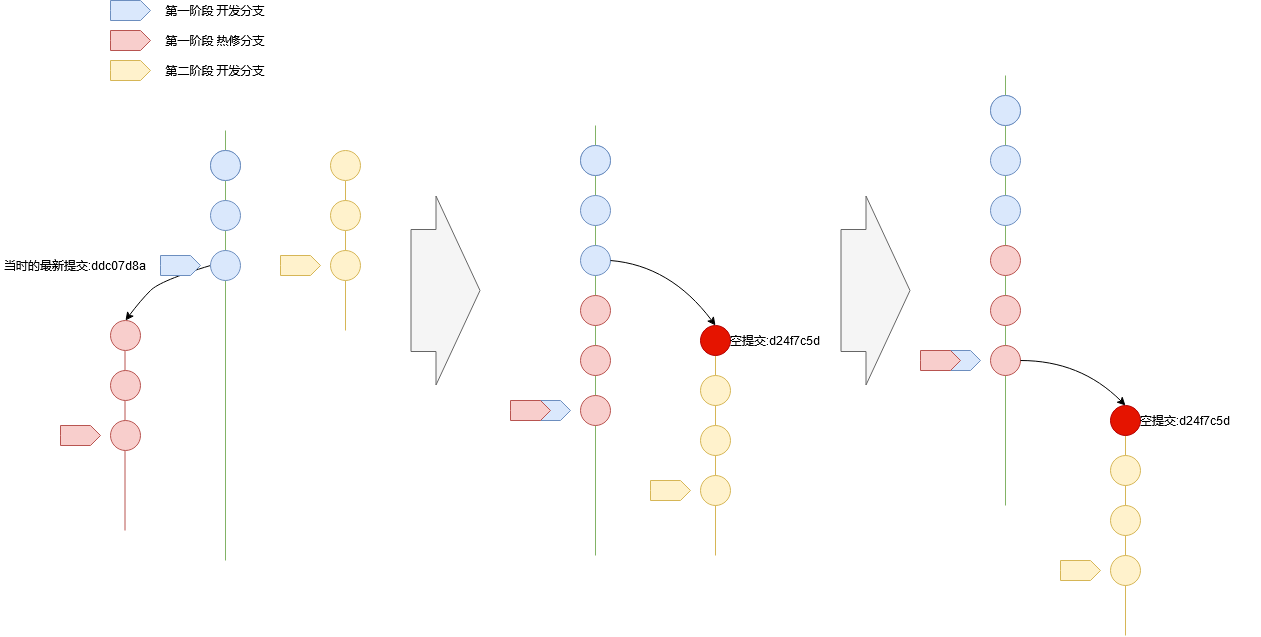
Before: gitBranchModel/nullCommit.png, a diagram exported from draw.io (alreadytakenn/images). Source tidied: cells renumbered, new cells last; positions are measured from the earlier drawing's top-left corner, leaving out a move shared by most shapes.
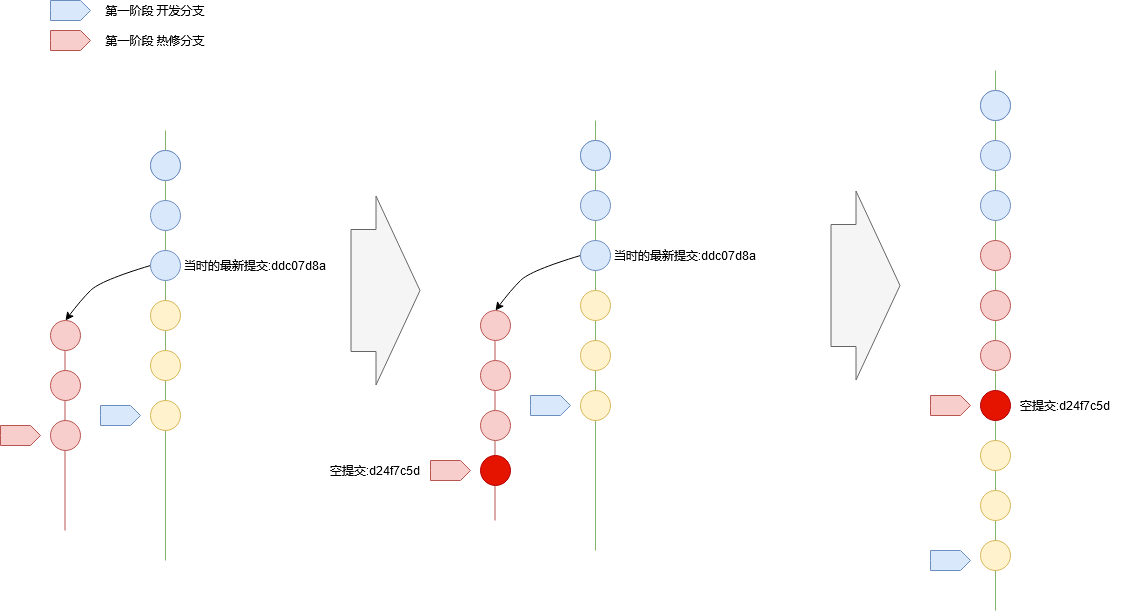
The same diagram one commit later.

Change to the diagram source:
```diff
@@ -16,139 +16,6 @@
         </Array>
       </mxGeometry>
     </mxCell>
-    <mxCell id="4" style="endArrow=none;html=1;fillColor=#fff2cc;strokeColor=#d6b656;" parent="1" edge="1">
-      <mxGeometry relative="1" as="geometry">
-        <mxPoint x="715" y="555" as="sourcePoint" />
-        <mxPoint x="715" y="335" as="targetPoint" />
-      </mxGeometry>
-    </mxCell>
-    <mxCell id="5" style="endArrow=none;html=1;fillColor=#d5e8d4;strokeColor=#82b366;" parent="1" edge="1">
-      <mxGeometry relative="1" as="geometry">
-        <mxPoint x="595" y="555" as="sourcePoint" />
-        <mxPoint x="595" y="125" as="targetPoint" />
-      </mxGeometry>
-    </mxCell>
-    <mxCell id="6" style="ellipse;whiteSpace=wrap;html=1;fillColor=#dae8fc;strokeColor=#6c8ebf;" parent="1" vertex="1">
-      <mxGeometry x="580" y="145" width="30" height="30" as="geometry" />
-    </mxCell>
-    <mxCell id="7" style="ellipse;whiteSpace=wrap;html=1;fillColor=#dae8fc;strokeColor=#6c8ebf;" parent="1" vertex="1">
-      <mxGeometry x="580" y="145" width="30" height="30" as="geometry" />
-    </mxCell>
-    <mxCell id="8" style="ellipse;whiteSpace=wrap;html=1;fillColor=#dae8fc;strokeColor=#6c8ebf;" parent="1" vertex="1">
-      <mxGeometry x="580" y="195" width="30" height="30" as="geometry" />
-    </mxCell>
-    <mxCell id="9" style="ellipse;whiteSpace=wrap;html=1;fillColor=#e51400;strokeColor=#B20000;fontColor=#ffffff;" parent="1" vertex="1">
-      <mxGeometry x="700" y="325" width="30" height="30" as="geometry" />
-    </mxCell>
-    <mxCell id="10" style="ellipse;whiteSpace=wrap;html=1;fillColor=#dae8fc;strokeColor=#6c8ebf;" parent="1" vertex="1">
-      <mxGeometry x="580" y="245" width="30" height="30" as="geometry" />
-    </mxCell>
-    <mxCell id="11" style="ellipse;whiteSpace=wrap;html=1;fillColor=#f8cecc;strokeColor=#b85450;" parent="1" vertex="1">
-      <mxGeometry x="580" y="295" width="30" height="30" as="geometry" />
-    </mxCell>
-    <mxCell id="12" style="ellipse;whiteSpace=wrap;html=1;fillColor=#f8cecc;strokeColor=#b85450;" parent="1" vertex="1">
-      <mxGeometry x="580" y="345" width="30" height="30" as="geometry" />
-    </mxCell>
-    <mxCell id="13" style="ellipse;whiteSpace=wrap;html=1;fillColor=#f8cecc;strokeColor=#b85450;" parent="1" vertex="1">
-      <mxGeometry x="580" y="395" width="30" height="30" as="geometry" />
-    </mxCell>
-    <mxCell id="14" style="ellipse;whiteSpace=wrap;html=1;fillColor=#fff2cc;strokeColor=#d6b656;" parent="1" vertex="1">
-      <mxGeometry x="700" y="375" width="30" height="30" as="geometry" />
-    </mxCell>
-    <mxCell id="15" style="ellipse;whiteSpace=wrap;html=1;fillColor=#fff2cc;strokeColor=#d6b656;" parent="1" vertex="1">
-      <mxGeometry x="700" y="425" width="30" height="30" as="geometry" />
-    </mxCell>
-    <mxCell id="16" style="ellipse;whiteSpace=wrap;html=1;fillColor=#fff2cc;strokeColor=#d6b656;" parent="1" vertex="1">
-      <mxGeometry x="700" y="475" width="30" height="30" as="geometry" />
-    </mxCell>
-    <mxCell id="17" style="curved=1;endArrow=classic;html=1;exitX=1;exitY=0.5;exitDx=0;exitDy=0;entryX=0.5;entryY=0;entryDx=0;entryDy=0;" parent="1" edge="1" source="10" target="9">
-      <mxGeometry relative="1" as="geometry">
-        <Array as="points">
-          <mxPoint x="670" y="265" />
-        </Array>
-      </mxGeometry>
-    </mxCell>
-    <mxCell id="18" style="html=1;shadow=0;dashed=0;align=center;verticalAlign=middle;shape=mxgraph.arrows2.arrow;dy=0;dx=10;notch=0;fillColor=#dae8fc;strokeColor=#6c8ebf;" parent="1" vertex="1">
-      <mxGeometry x="530" y="400" width="40" height="20" as="geometry" />
-    </mxCell>
-    <mxCell id="19" style="html=1;shadow=0;dashed=0;align=center;verticalAlign=middle;shape=mxgraph.arrows2.arrow;dy=0;dx=10;notch=0;fillColor=#f8cecc;strokeColor=#b85450;" parent="1" vertex="1">
-      <mxGeometry x="510" y="400" width="40" height="20" as="geometry" />
-    </mxCell>
-    <mxCell id="20" style="html=1;shadow=0;dashed=0;align=center;verticalAlign=middle;shape=mxgraph.arrows2.arrow;dy=0;dx=10;notch=0;fillColor=#fff2cc;strokeColor=#d6b656;" parent="1" vertex="1">
-      <mxGeometry x="650" y="480" width="40" height="20" as="geometry" />
-    </mxCell>
-    <mxCell id="21" value="空提交:d24f7c5d" style="text;html=1;strokeColor=none;fillColor=none;align=center;verticalAlign=middle;whiteSpace=wrap;rounded=0;" parent="1" vertex="1">
-      <mxGeometry x="700" y="330" width="150" height="20" as="geometry" />
-    </mxCell>
-    <mxCell id="22" style="endArrow=none;html=1;fillColor=#fff2cc;strokeColor=#d6b656;" parent="1" edge="1">
-      <mxGeometry relative="1" as="geometry">
-        <mxPoint x="1125" y="635" as="sourcePoint" />
-        <mxPoint x="1125" y="415" as="targetPoint" />
-      </mxGeometry>
-    </mxCell>
-    <mxCell id="23" style="endArrow=none;html=1;fillColor=#d5e8d4;strokeColor=#82b366;" parent="1" edge="1">
-      <mxGeometry relative="1" as="geometry">
-        <mxPoint x="1005" y="505" as="sourcePoint" />
-        <mxPoint x="1005" y="75" as="targetPoint" />
-      </mxGeometry>
-    </mxCell>
-    <mxCell id="24" style="ellipse;whiteSpace=wrap;html=1;fillColor=#dae8fc;strokeColor=#6c8ebf;" parent="1" vertex="1">
-      <mxGeometry x="990" y="95" width="30" height="30" as="geometry" />
-    </mxCell>
-    <mxCell id="25" style="ellipse;whiteSpace=wrap;html=1;fillColor=#dae8fc;strokeColor=#6c8ebf;" parent="1" vertex="1">
-      <mxGeometry x="990" y="95" width="30" height="30" as="geometry" />
-    </mxCell>
-    <mxCell id="26" style="ellipse;whiteSpace=wrap;html=1;fillColor=#dae8fc;strokeColor=#6c8ebf;" parent="1" vertex="1">
-      <mxGeometry x="990" y="145" width="30" height="30" as="geometry" />
-    </mxCell>
-    <mxCell id="27" style="ellipse;whiteSpace=wrap;html=1;fillColor=#e51400;strokeColor=#B20000;fontColor=#ffffff;" parent="1" vertex="1">
-      <mxGeometry x="1110" y="405" width="30" height="30" as="geometry" />
-    </mxCell>
-    <mxCell id="28" style="ellipse;whiteSpace=wrap;html=1;fillColor=#dae8fc;strokeColor=#6c8ebf;" parent="1" vertex="1">
-      <mxGeometry x="990" y="195" width="30" height="30" as="geometry" />
-    </mxCell>
-    <mxCell id="29" style="ellipse;whiteSpace=wrap;html=1;fillColor=#f8cecc;strokeColor=#b85450;" parent="1" vertex="1">
-      <mxGeometry x="990" y="245" width="30" height="30" as="geometry" />
-    </mxCell>
-    <mxCell id="30" style="ellipse;whiteSpace=wrap;html=1;fillColor=#f8cecc;strokeColor=#b85450;" parent="1" vertex="1">
-      <mxGeometry x="990" y="295" width="30" height="30" as="geometry" />
-    </mxCell>
-    <mxCell id="31" style="ellipse;whiteSpace=wrap;html=1;fillColor=#f8cecc;strokeColor=#b85450;" parent="1" vertex="1">
-      <mxGeometry x="990" y="345" width="30" height="30" as="geometry" />
-    </mxCell>
-    <mxCell id="32" style="ellipse;whiteSpace=wrap;html=1;fillColor=#fff2cc;strokeColor=#d6b656;" parent="1" vertex="1">
-      <mxGeometry x="1110" y="455" width="30" height="30" as="geometry" />
-    </mxCell>
-    <mxCell id="33" style="ellipse;whiteSpace=wrap;html=1;fillColor=#fff2cc;strokeColor=#d6b656;" parent="1" vertex="1">
-      <mxGeometry x="1110" y="505" width="30" height="30" as="geometry" />
-    </mxCell>
-    <mxCell id="34" style="ellipse;whiteSpace=wrap;html=1;fillColor=#fff2cc;strokeColor=#d6b656;" parent="1" vertex="1">
-      <mxGeometry x="1110" y="555" width="30" height="30" as="geometry" />
-    </mxCell>
-    <mxCell id="35" style="curved=1;endArrow=classic;html=1;exitX=1;exitY=0.5;exitDx=0;exitDy=0;entryX=0.5;entryY=0;entryDx=0;entryDy=0;" parent="1" edge="1" source="31" target="27">
-      <mxGeometry relative="1" as="geometry">
-        <Array as="points">
-          <mxPoint x="1080" y="360" />
-        </Array>
-      </mxGeometry>
-    </mxCell>
-    <mxCell id="36" style="html=1;shadow=0;dashed=0;align=center;verticalAlign=middle;shape=mxgraph.arrows2.arrow;dy=0;dx=10;notch=0;fillColor=#dae8fc;strokeColor=#6c8ebf;" parent="1" vertex="1">
-      <mxGeometry x="940" y="350" width="40" height="20" as="geometry" />
-    </mxCell>
-    <mxCell id="37" style="html=1;shadow=0;dashed=0;align=center;verticalAlign=middle;shape=mxgraph.arrows2.arrow;dy=0;dx=10;notch=0;fillColor=#f8cecc;strokeColor=#b85450;" parent="1" vertex="1">
-      <mxGeometry x="920" y="350" width="40" height="20" as="geometry" />
-    </mxCell>
-    <mxCell id="38" style="html=1;shadow=0;dashed=0;align=center;verticalAlign=middle;shape=mxgraph.arrows2.arrow;dy=0;dx=10;notch=0;fillColor=#fff2cc;strokeColor=#d6b656;" parent="1" vertex="1">
-      <mxGeometry x="1060" y="560" width="40" height="20" as="geometry" />
-    </mxCell>
-    <mxCell id="39" value="空提交:d24f7c5d" style="text;html=1;strokeColor=none;fillColor=none;align=center;verticalAlign=middle;whiteSpace=wrap;rounded=0;" parent="1" vertex="1">
-      <mxGeometry x="1110" y="410" width="150" height="20" as="geometry" />
-    </mxCell>
-    <mxCell id="40" style="endArrow=none;html=1;fillColor=#fff2cc;strokeColor=#d6b656;" parent="1" edge="1" target="49">
-      <mxGeometry relative="1" as="geometry">
-        <mxPoint x="345" y="330" as="sourcePoint" />
-      </mxGeometry>
-    </mxCell>
     <mxCell id="41" style="endArrow=none;html=1;fillColor=#d5e8d4;strokeColor=#82b366;" parent="1" edge="1">
       <mxGeometry relative="1" as="geometry">
         <mxPoint x="225" y="560" as="sourcePoint" />
@@ -177,32 +44,26 @@
       <mxGeometry x="110" y="420" width="30" height="30" as="geometry" />
     </mxCell>
     <mxCell id="49" style="ellipse;whiteSpace=wrap;html=1;fillColor=#fff2cc;strokeColor=#d6b656;" parent="1" vertex="1">
-      <mxGeometry x="330" y="150" width="30" height="30" as="geometry" />
+      <mxGeometry x="210" y="300" width="30" height="30" as="geometry" />
     </mxCell>
     <mxCell id="50" style="ellipse;whiteSpace=wrap;html=1;fillColor=#fff2cc;strokeColor=#d6b656;" parent="1" vertex="1">
-      <mxGeometry x="330" y="200" width="30" height="30" as="geometry" />
+      <mxGeometry x="210" y="350" width="30" height="30" as="geometry" />
     </mxCell>
     <mxCell id="51" style="ellipse;whiteSpace=wrap;html=1;fillColor=#fff2cc;strokeColor=#d6b656;" parent="1" vertex="1">
-      <mxGeometry x="330" y="250" width="30" height="30" as="geometry" />
+      <mxGeometry x="210" y="400" width="30" height="30" as="geometry" />
     </mxCell>
     <mxCell id="52" style="html=1;shadow=0;dashed=0;align=center;verticalAlign=middle;shape=mxgraph.arrows2.arrow;dy=0;dx=10;notch=0;fillColor=#dae8fc;strokeColor=#6c8ebf;" parent="1" vertex="1">
-      <mxGeometry x="160" y="255" width="40" height="20" as="geometry" />
+      <mxGeometry x="160" y="405" width="40" height="20" as="geometry" />
     </mxCell>
     <mxCell id="53" style="html=1;shadow=0;dashed=0;align=center;verticalAlign=middle;shape=mxgraph.arrows2.arrow;dy=0;dx=10;notch=0;fillColor=#f8cecc;strokeColor=#b85450;" parent="1" vertex="1">
       <mxGeometry x="60" y="425" width="40" height="20" as="geometry" />
     </mxCell>
-    <mxCell id="54" style="html=1;shadow=0;dashed=0;align=center;verticalAlign=middle;shape=mxgraph.arrows2.arrow;dy=0;dx=10;notch=0;fillColor=#fff2cc;strokeColor=#d6b656;" parent="1" vertex="1">
-      <mxGeometry x="280" y="255" width="40" height="20" as="geometry" />
-    </mxCell>
     <mxCell id="55" value="当时的最新提交:ddc07d8a" style="text;html=1;strokeColor=none;fillColor=none;align=center;verticalAlign=middle;whiteSpace=wrap;rounded=0;" parent="1" vertex="1">
-      <mxGeometry y="255" width="150" height="20" as="geometry" />
+      <mxGeometry x="240" y="255" width="150" height="20" as="geometry" />
     </mxCell>
     <mxCell id="56" style="html=1;shadow=0;dashed=0;align=center;verticalAlign=middle;shape=mxgraph.arrows2.arrow;dy=0;dx=10;notch=0;fillColor=#dae8fc;strokeColor=#6c8ebf;" parent="1" vertex="1">
       <mxGeometry x="110" width="40" height="20" as="geometry" />
     </mxCell>
-    <mxCell id="57" style="html=1;shadow=0;dashed=0;align=center;verticalAlign=middle;shape=mxgraph.arrows2.arrow;dy=0;dx=10;notch=0;fillColor=#fff2cc;strokeColor=#d6b656;" parent="1" vertex="1">
-      <mxGeometry x="110" y="60" width="40" height="20" as="geometry" />
-    </mxCell>
     <mxCell id="58" style="html=1;shadow=0;dashed=0;align=center;verticalAlign=middle;shape=mxgraph.arrows2.arrow;dy=0;dx=10;notch=0;fillColor=#f8cecc;strokeColor=#b85450;" parent="1" vertex="1">
       <mxGeometry x="110" y="30" width="40" height="20" as="geometry" />
     </mxCell>
@@ -212,20 +73,130 @@
     <mxCell id="60" value="第一阶段 热修分支" style="text;html=1;strokeColor=none;fillColor=none;align=center;verticalAlign=middle;whiteSpace=wrap;rounded=0;" parent="1" vertex="1">
       <mxGeometry x="150" y="30" width="130" height="20" as="geometry" />
     </mxCell>
-    <mxCell id="61" value="第二阶段 开发分支" style="text;html=1;strokeColor=none;fillColor=none;align=center;verticalAlign=middle;whiteSpace=wrap;rounded=0;" parent="1" vertex="1">
-      <mxGeometry x="150" y="60" width="130" height="20" as="geometry" />
-    </mxCell>
     <mxCell id="62" style="shape=flexArrow;endArrow=classic;html=1;width=122;endSize=14.33;endWidth=66;fillColor=#f5f5f5;strokeColor=#666666;" parent="1" edge="1">
       <mxGeometry relative="1" as="geometry">
         <mxPoint x="410" y="290" as="sourcePoint" />
         <mxPoint x="480" y="290" as="targetPoint" />
       </mxGeometry>
     </mxCell>
-    <mxCell id="63" style="shape=flexArrow;endArrow=classic;html=1;width=122;endSize=14.33;endWidth=66;fillColor=#f5f5f5;strokeColor=#666666;" parent="1" edge="1">
-      <mxGeometry relative="1" as="geometry">
-        <mxPoint x="840" y="290" as="sourcePoint" />
-        <mxPoint x="910" y="290" as="targetPoint" />
-      </mxGeometry>
-    </mxCell>
+    <mxCell id="64" style="endArrow=none;html=1;fillColor=#d5e8d4;strokeColor=#82b366;" parent="1" edge="1">
+      <mxGeometry relative="1" as="geometry">
+        <mxPoint x="1055" y="610" as="sourcePoint" />
+        <mxPoint x="1055" y="70" as="targetPoint" />
+      </mxGeometry>
+    </mxCell>
+    <mxCell id="65" style="ellipse;whiteSpace=wrap;html=1;fillColor=#dae8fc;strokeColor=#6c8ebf;" parent="1" vertex="1">
+      <mxGeometry x="1040" y="90" width="30" height="30" as="geometry" />
+    </mxCell>
+    <mxCell id="66" style="ellipse;whiteSpace=wrap;html=1;fillColor=#dae8fc;strokeColor=#6c8ebf;" parent="1" vertex="1">
+      <mxGeometry x="1040" y="90" width="30" height="30" as="geometry" />
+    </mxCell>
+    <mxCell id="67" style="ellipse;whiteSpace=wrap;html=1;fillColor=#dae8fc;strokeColor=#6c8ebf;" parent="1" vertex="1">
+      <mxGeometry x="1040" y="140" width="30" height="30" as="geometry" />
+    </mxCell>
+    <mxCell id="68" style="ellipse;whiteSpace=wrap;html=1;fillColor=#dae8fc;strokeColor=#6c8ebf;" parent="1" vertex="1">
+      <mxGeometry x="1040" y="190" width="30" height="30" as="geometry" />
+    </mxCell>
+    <mxCell id="69" style="ellipse;whiteSpace=wrap;html=1;fillColor=#f8cecc;strokeColor=#b85450;" parent="1" vertex="1">
+      <mxGeometry x="1040" y="240" width="30" height="30" as="geometry" />
+    </mxCell>
+    <mxCell id="70" style="ellipse;whiteSpace=wrap;html=1;fillColor=#f8cecc;strokeColor=#b85450;" parent="1" vertex="1">
+      <mxGeometry x="1040" y="290" width="30" height="30" as="geometry" />
+    </mxCell>
+    <mxCell id="71" style="ellipse;whiteSpace=wrap;html=1;fillColor=#f8cecc;strokeColor=#b85450;" parent="1" vertex="1">
+      <mxGeometry x="1040" y="340" width="30" height="30" as="geometry" />
+    </mxCell>
+    <mxCell id="72" style="ellipse;whiteSpace=wrap;html=1;fillColor=#fff2cc;strokeColor=#d6b656;" parent="1" vertex="1">
+      <mxGeometry x="1040" y="440" width="30" height="30" as="geometry" />
+    </mxCell>
+    <mxCell id="73" style="ellipse;whiteSpace=wrap;html=1;fillColor=#fff2cc;strokeColor=#d6b656;" parent="1" vertex="1">
+      <mxGeometry x="1040" y="490" width="30" height="30" as="geometry" />
+    </mxCell>
+    <mxCell id="74" style="ellipse;whiteSpace=wrap;html=1;fillColor=#fff2cc;strokeColor=#d6b656;" parent="1" vertex="1">
+      <mxGeometry x="1040" y="540" width="30" height="30" as="geometry" />
+    </mxCell>
+    <mxCell id="75" style="shape=flexArrow;endArrow=classic;html=1;width=122;endSize=14.33;endWidth=66;fillColor=#f5f5f5;strokeColor=#666666;" parent="1" edge="1">
+      <mxGeometry relative="1" as="geometry">
+        <mxPoint x="890" y="285" as="sourcePoint" />
+        <mxPoint x="960" y="285" as="targetPoint" />
+      </mxGeometry>
+    </mxCell>
+    <mxCell id="76" style="html=1;shadow=0;dashed=0;align=center;verticalAlign=middle;shape=mxgraph.arrows2.arrow;dy=0;dx=10;notch=0;fillColor=#dae8fc;strokeColor=#6c8ebf;" parent="1" vertex="1">
+      <mxGeometry x="990" y="550" width="40" height="20" as="geometry" />
+    </mxCell>
+    <mxCell id="77" style="html=1;shadow=0;dashed=0;align=center;verticalAlign=middle;shape=mxgraph.arrows2.arrow;dy=0;dx=10;notch=0;fillColor=#f8cecc;strokeColor=#b85450;" parent="1" vertex="1">
+      <mxGeometry x="990" y="395" width="40" height="20" as="geometry" />
+    </mxCell>
+    <mxCell id="78" value="空提交:d24f7c5d" style="text;html=1;strokeColor=none;fillColor=none;align=center;verticalAlign=middle;whiteSpace=wrap;rounded=0;" parent="1" vertex="1">
+      <mxGeometry x="1050" y="395" width="150" height="20" as="geometry" />
+    </mxCell>
+    <mxCell id="79" style="ellipse;whiteSpace=wrap;html=1;fillColor=#e51400;strokeColor=#B20000;fontColor=#ffffff;" parent="1" vertex="1">
+      <mxGeometry x="1040" y="390" width="30" height="30" as="geometry" />
+    </mxCell>
+    <mxCell id="80" style="endArrow=none;html=1;fillColor=#f8cecc;strokeColor=#b85450;" parent="1" edge="1">
+      <mxGeometry relative="1" as="geometry">
+        <mxPoint x="554.5" y="520" as="sourcePoint" />
+        <mxPoint x="554.5" y="340" as="targetPoint" />
+      </mxGeometry>
+    </mxCell>
+    <mxCell id="81" style="curved=1;endArrow=classic;html=1;exitX=0;exitY=0.5;exitDx=0;exitDy=0;entryX=0.5;entryY=0;entryDx=0;entryDy=0;" parent="1" edge="1" source="86" target="87">
+      <mxGeometry relative="1" as="geometry">
+        <Array as="points">
+          <mxPoint x="590" y="270" />
+          <mxPoint x="570" y="290" />
+        </Array>
+      </mxGeometry>
+    </mxCell>
+    <mxCell id="82" style="endArrow=none;html=1;fillColor=#d5e8d4;strokeColor=#82b366;" parent="1" edge="1">
+      <mxGeometry relative="1" as="geometry">
+        <mxPoint x="655" y="550" as="sourcePoint" />
+        <mxPoint x="655" y="120" as="targetPoint" />
+      </mxGeometry>
+    </mxCell>
+    <mxCell id="83" style="ellipse;whiteSpace=wrap;html=1;fillColor=#dae8fc;strokeColor=#6c8ebf;" parent="1" vertex="1">
+      <mxGeometry x="640" y="140" width="30" height="30" as="geometry" />
+    </mxCell>
+    <mxCell id="84" style="ellipse;whiteSpace=wrap;html=1;fillColor=#dae8fc;strokeColor=#6c8ebf;" parent="1" vertex="1">
+      <mxGeometry x="640" y="140" width="30" height="30" as="geometry" />
+    </mxCell>
+    <mxCell id="85" style="ellipse;whiteSpace=wrap;html=1;fillColor=#dae8fc;strokeColor=#6c8ebf;" parent="1" vertex="1">
+      <mxGeometry x="640" y="190" width="30" height="30" as="geometry" />
+    </mxCell>
+    <mxCell id="86" style="ellipse;whiteSpace=wrap;html=1;fillColor=#dae8fc;strokeColor=#6c8ebf;" parent="1" vertex="1">
+      <mxGeometry x="640" y="240" width="30" height="30" as="geometry" />
+    </mxCell>
+    <mxCell id="87" style="ellipse;whiteSpace=wrap;html=1;fillColor=#f8cecc;strokeColor=#b85450;" parent="1" vertex="1">
+      <mxGeometry x="540" y="310" width="30" height="30" as="geometry" />
+    </mxCell>
+    <mxCell id="88" style="ellipse;whiteSpace=wrap;html=1;fillColor=#f8cecc;strokeColor=#b85450;" parent="1" vertex="1">
+      <mxGeometry x="540" y="360" width="30" height="30" as="geometry" />
+    </mxCell>
+    <mxCell id="89" style="ellipse;whiteSpace=wrap;html=1;fillColor=#f8cecc;strokeColor=#b85450;" parent="1" vertex="1">
+      <mxGeometry x="540" y="410" width="30" height="30" as="geometry" />
+    </mxCell>
+    <mxCell id="90" style="ellipse;whiteSpace=wrap;html=1;fillColor=#fff2cc;strokeColor=#d6b656;" parent="1" vertex="1">
+      <mxGeometry x="640" y="290" width="30" height="30" as="geometry" />
+    </mxCell>
+    <mxCell id="91" style="ellipse;whiteSpace=wrap;html=1;fillColor=#fff2cc;strokeColor=#d6b656;" parent="1" vertex="1">
+      <mxGeometry x="640" y="340" width="30" height="30" as="geometry" />
+    </mxCell>
+    <mxCell id="92" style="ellipse;whiteSpace=wrap;html=1;fillColor=#fff2cc;strokeColor=#d6b656;" parent="1" vertex="1">
+      <mxGeometry x="640" y="390" width="30" height="30" as="geometry" />
+    </mxCell>
+    <mxCell id="93" style="html=1;shadow=0;dashed=0;align=center;verticalAlign=middle;shape=mxgraph.arrows2.arrow;dy=0;dx=10;notch=0;fillColor=#dae8fc;strokeColor=#6c8ebf;" parent="1" vertex="1">
+      <mxGeometry x="590" y="395" width="40" height="20" as="geometry" />
+    </mxCell>
+    <mxCell id="94" style="html=1;shadow=0;dashed=0;align=center;verticalAlign=middle;shape=mxgraph.arrows2.arrow;dy=0;dx=10;notch=0;fillColor=#f8cecc;strokeColor=#b85450;" parent="1" vertex="1">
+      <mxGeometry x="490" y="460" width="40" height="20" as="geometry" />
+    </mxCell>
+    <mxCell id="95" value="当时的最新提交:ddc07d8a" style="text;html=1;strokeColor=none;fillColor=none;align=center;verticalAlign=middle;whiteSpace=wrap;rounded=0;" parent="1" vertex="1">
+      <mxGeometry x="670" y="245" width="150" height="20" as="geometry" />
+    </mxCell>
+    <mxCell id="96" value="空提交:d24f7c5d" style="text;html=1;strokeColor=none;fillColor=none;align=center;verticalAlign=middle;whiteSpace=wrap;rounded=0;" parent="1" vertex="1">
+      <mxGeometry x="360" y="460" width="150" height="20" as="geometry" />
+    </mxCell>
+    <mxCell id="97" style="ellipse;whiteSpace=wrap;html=1;fillColor=#e51400;strokeColor=#B20000;fontColor=#ffffff;" parent="1" vertex="1">
+      <mxGeometry x="540" y="455" width="30" height="30" as="geometry" />
+    </mxCell>
   </root>
 </mxGraphModel>
```
